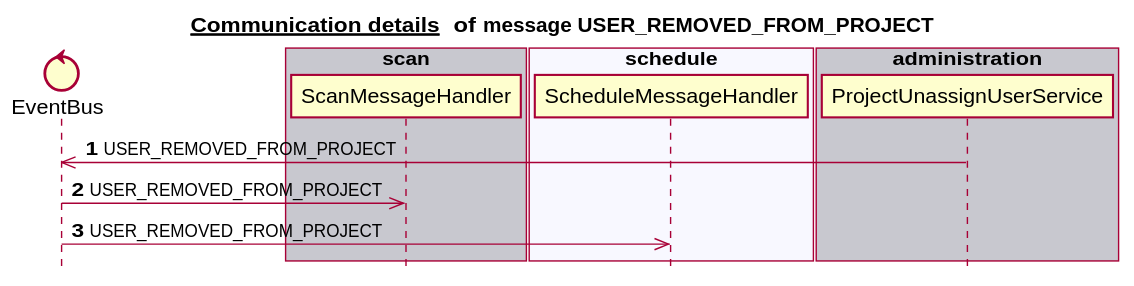
Earlier version of the PlantUML export docs/latest/images/gen_domain_messaging_user_removed_from_project.svg (mercedes-benz/sechub).
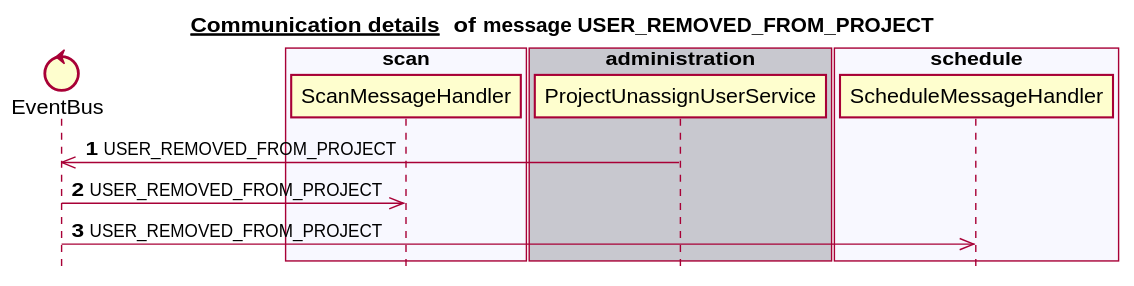
After the change.

What changed in the source:
```diff
@@ -6,18 +6,18 @@
 
 
 control EventBus
-box "scan" #C8C8CF
+box "authorization" #C8C8CF
+end box
+box "scan" #F8F8FF
    participant ScanMessageHandler
+end box
+box "administration" #C8C8CF
+   participant ProjectUnassignUserService
 end box
 box "schedule" #F8F8FF
    participant ScheduleMessageHandler
 end box
-box "authorization" #C8C8CF
-end box
-box "notification" #F8F8FF
-end box
-box "administration" #C8C8CF
-   participant ProjectUnassignUserService
+box "notification" #C8C8CF
 end box
 autonumber 1
 ProjectUnassignUserService ->> EventBus:USER_REMOVED_FROM_PROJECT
```
